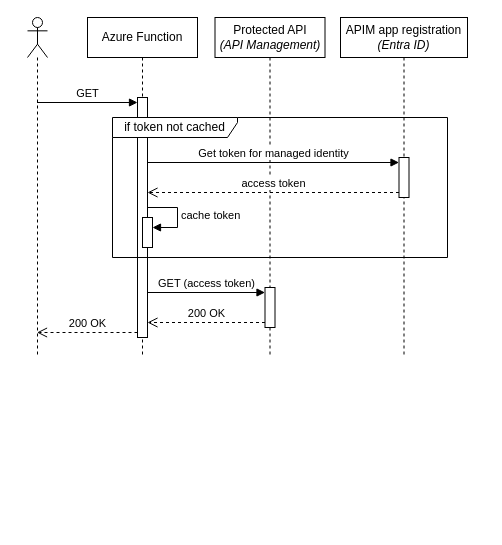
This is page "function-to-apim" (3 of 4) of images/diagrams.drawio from ronaldbosma/call-apim-with-managed-identity, a draw.io file, before an edit. Source tidied: cells renumbered, new cells numbered last; positions are measured from the earlier drawing's top-left corner, leaving out a move shared by most shapes. Both pictures are drawn from the tidied source at 100%, with x=0, y=0 at pixel (27, 17).
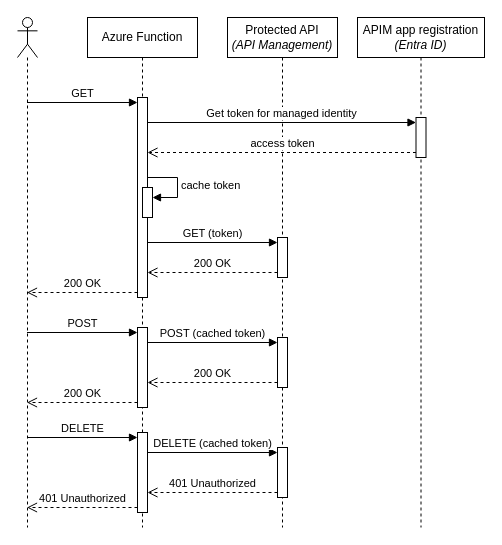
The same page after the edit.

Commit message (it also covers changes not shown here):
Add POST and DELETE to sequence diagrams

Change to the diagram source:
```diff
@@
-    <mxCell id="0" />
-    <mxCell id="1" parent="0" />
-    <mxCell id="2" style="shape=umlLifeline;perimeter=lifelinePerimeter;whiteSpace=wrap;html=1;outlineConnect=0;portConstraint=eastwest;newEdgeStyle={&quot;curved&quot;:0,&quot;rounded&quot;:0};participant=umlActor;" parent="1" vertex="1">
-      <mxGeometry width="20" height="340" as="geometry" />
-    </mxCell>
+    <mxCell id="18" />
+    <mxCell id="19" parent="18" />
+    <mxCell id="7" value="Azure Function" style="shape=umlLifeline;perimeter=lifelinePerimeter;whiteSpace=wrap;html=1;newEdgeStyle={&quot;curved&quot;:0,&quot;rounded&quot;:0};" parent="19" vertex="1">
+      <mxGeometry x="60" width="110" height="510" as="geometry" />
+    </mxCell>
+    <mxCell id="20" style="html=1;points=[[0,0,0,0,5],[0,1,0,0,-5],[1,0,0,0,5],[1,1,0,0,-5]];perimeter=orthogonalPerimeter;outlineConnect=0;targetShapes=umlLifeline;portConstraint=eastwest;newEdgeStyle={&quot;curved&quot;:0,&quot;rounded&quot;:0};" parent="7" vertex="1">
+      <mxGeometry x="50" y="80" width="10" height="200" as="geometry" />
+    </mxCell>
+    <mxCell id="21" style="html=1;points=[[0,0,0,0,5],[0,1,0,0,-5],[1,0,0,0,5],[1,1,0,0,-5]];perimeter=orthogonalPerimeter;outlineConnect=0;targetShapes=umlLifeline;portConstraint=eastwest;newEdgeStyle={&quot;curved&quot;:0,&quot;rounded&quot;:0};" parent="7" vertex="1">
+      <mxGeometry x="50" y="310" width="10" height="80" as="geometry" />
+    </mxCell>
+    <mxCell id="22" style="html=1;points=[[0,0,0,0,5],[0,1,0,0,-5],[1,0,0,0,5],[1,1,0,0,-5]];perimeter=orthogonalPerimeter;outlineConnect=0;targetShapes=umlLifeline;portConstraint=eastwest;newEdgeStyle={&quot;curved&quot;:0,&quot;rounded&quot;:0};" parent="7" vertex="1">
+      <mxGeometry x="50" y="415" width="10" height="80" as="geometry" />
+    </mxCell>
+    <mxCell id="23" style="shape=umlLifeline;perimeter=lifelinePerimeter;whiteSpace=wrap;html=1;outlineConnect=0;portConstraint=eastwest;newEdgeStyle={&quot;curved&quot;:0,&quot;rounded&quot;:0};participant=umlActor;" parent="19" vertex="1">
+      <mxGeometry x="-10" width="20" height="510" as="geometry" />
+    </mxCell>
-    <mxCell id="3" value="Protected API&lt;div&gt;&lt;i&gt;(API Management)&lt;/i&gt;&lt;/div&gt;" style="shape=umlLifeline;perimeter=lifelinePerimeter;whiteSpace=wrap;html=1;newEdgeStyle={&quot;curved&quot;:0,&quot;rounded&quot;:0};" parent="1" vertex="1">
-      <mxGeometry x="187.5" width="110" height="340" as="geometry" />
+    <mxCell id="3" value="Protected API&lt;div&gt;&lt;i&gt;(API Management)&lt;/i&gt;&lt;/div&gt;" style="shape=umlLifeline;perimeter=lifelinePerimeter;whiteSpace=wrap;html=1;newEdgeStyle={&quot;curved&quot;:0,&quot;rounded&quot;:0};" parent="19" vertex="1">
+      <mxGeometry x="200" width="110" height="510" as="geometry" />
     </mxCell>
-    <mxCell id="4" style="html=1;points=[[0,0,0,0,5],[0,1,0,0,-5],[1,0,0,0,5],[1,1,0,0,-5]];perimeter=orthogonalPerimeter;outlineConnect=0;targetShapes=umlLifeline;portConstraint=eastwest;newEdgeStyle={&quot;curved&quot;:0,&quot;rounded&quot;:0};" parent="3" vertex="1">
-      <mxGeometry x="50" y="270" width="10" height="40" as="geometry" />
-    </mxCell>
+    <mxCell id="24" style="html=1;points=[[0,0,0,0,5],[0,1,0,0,-5],[1,0,0,0,5],[1,1,0,0,-5]];perimeter=orthogonalPerimeter;outlineConnect=0;targetShapes=umlLifeline;portConstraint=eastwest;newEdgeStyle={&quot;curved&quot;:0,&quot;rounded&quot;:0};" parent="3" vertex="1">
+      <mxGeometry x="50" y="220" width="10" height="40" as="geometry" />
+    </mxCell>
+    <mxCell id="25" style="html=1;points=[[0,0,0,0,5],[0,1,0,0,-5],[1,0,0,0,5],[1,1,0,0,-5]];perimeter=orthogonalPerimeter;outlineConnect=0;targetShapes=umlLifeline;portConstraint=eastwest;newEdgeStyle={&quot;curved&quot;:0,&quot;rounded&quot;:0};" parent="3" vertex="1">
+      <mxGeometry x="50" y="320" width="10" height="50" as="geometry" />
+    </mxCell>
+    <mxCell id="26" style="html=1;points=[[0,0,0,0,5],[0,1,0,0,-5],[1,0,0,0,5],[1,1,0,0,-5]];perimeter=orthogonalPerimeter;outlineConnect=0;targetShapes=umlLifeline;portConstraint=eastwest;newEdgeStyle={&quot;curved&quot;:0,&quot;rounded&quot;:0};" parent="3" vertex="1">
+      <mxGeometry x="50" y="430" width="10" height="50" as="geometry" />
+    </mxCell>
-    <mxCell id="5" value="APIM app registration&lt;div&gt;&lt;i&gt;(Entra ID)&lt;/i&gt;&lt;/div&gt;" style="shape=umlLifeline;perimeter=lifelinePerimeter;whiteSpace=wrap;html=1;newEdgeStyle={&quot;curved&quot;:0,&quot;rounded&quot;:0};" parent="1" vertex="1">
-      <mxGeometry x="313" width="127" height="340" as="geometry" />
+    <mxCell id="5" value="APIM app registration&lt;div&gt;&lt;i&gt;(Entra ID)&lt;/i&gt;&lt;/div&gt;" style="shape=umlLifeline;perimeter=lifelinePerimeter;whiteSpace=wrap;html=1;newEdgeStyle={&quot;curved&quot;:0,&quot;rounded&quot;:0};" parent="19" vertex="1">
+      <mxGeometry x="330" width="127" height="510" as="geometry" />
     </mxCell>
-    <mxCell id="6" style="html=1;points=[[0,0,0,0,5],[0,1,0,0,-5],[1,0,0,0,5],[1,1,0,0,-5]];perimeter=orthogonalPerimeter;outlineConnect=0;targetShapes=umlLifeline;portConstraint=eastwest;newEdgeStyle={&quot;curved&quot;:0,&quot;rounded&quot;:0};" parent="5" vertex="1">
-      <mxGeometry x="58.5" y="140" width="10" height="40" as="geometry" />
-    </mxCell>
-    <mxCell id="7" value="Azure Function" style="shape=umlLifeline;perimeter=lifelinePerimeter;whiteSpace=wrap;html=1;newEdgeStyle={&quot;curved&quot;:0,&quot;rounded&quot;:0};" parent="1" vertex="1">
-      <mxGeometry x="60" width="110" height="340" as="geometry" />
-    </mxCell>
-    <mxCell id="8" style="html=1;points=[[0,0,0,0,5],[0,1,0,0,-5],[1,0,0,0,5],[1,1,0,0,-5]];perimeter=orthogonalPerimeter;outlineConnect=0;targetShapes=umlLifeline;portConstraint=eastwest;newEdgeStyle={&quot;curved&quot;:0,&quot;rounded&quot;:0};" parent="7" vertex="1">
-      <mxGeometry x="50" y="80" width="10" height="240" as="geometry" />
-    </mxCell>
+    <mxCell id="27" style="html=1;points=[[0,0,0,0,5],[0,1,0,0,-5],[1,0,0,0,5],[1,1,0,0,-5]];perimeter=orthogonalPerimeter;outlineConnect=0;targetShapes=umlLifeline;portConstraint=eastwest;newEdgeStyle={&quot;curved&quot;:0,&quot;rounded&quot;:0};" parent="5" vertex="1">
+      <mxGeometry x="58.5" y="100" width="10" height="40" as="geometry" />
+    </mxCell>
-    <mxCell id="9" value="GET" style="html=1;verticalAlign=bottom;endArrow=block;curved=0;rounded=0;entryX=0;entryY=0;entryDx=0;entryDy=5;" parent="1" edge="1" source="2" target="8">
+    <mxCell id="9" value="GET" style="html=1;verticalAlign=bottom;endArrow=block;curved=0;rounded=0;entryX=0;entryY=0;entryDx=0;entryDy=5;" parent="19" edge="1" source="23" target="20">
       <mxGeometry relative="1" as="geometry" />
     </mxCell>
-    <mxCell id="10" value="200 OK" style="html=1;verticalAlign=bottom;endArrow=open;dashed=1;endSize=8;curved=0;rounded=0;exitX=0;exitY=1;exitDx=0;exitDy=-5;" parent="1" edge="1" source="8" target="2">
-      <mxGeometry relative="1" as="geometry" />
-    </mxCell>
-    <mxCell id="11" value="200 OK" style="html=1;verticalAlign=bottom;endArrow=open;dashed=1;endSize=8;curved=0;rounded=0;exitX=0;exitY=1;exitDx=0;exitDy=-5;" parent="1" edge="1" source="4" target="8">
-      <mxGeometry relative="1" as="geometry" />
-    </mxCell>
-    <mxCell id="12" value="GET (access token)" style="html=1;verticalAlign=bottom;endArrow=block;curved=0;rounded=0;entryX=0;entryY=0;entryDx=0;entryDy=5;" parent="1" edge="1" source="8" target="4">
-      <mxGeometry relative="1" as="geometry" />
-    </mxCell>
-    <mxCell id="13" value="if token not cached" style="shape=umlFrame;whiteSpace=wrap;html=1;width=125;height=20;" parent="1" vertex="1">
-      <mxGeometry x="85" y="100" width="335" height="140" as="geometry" />
-    </mxCell>
+    <mxCell id="28" value="200 OK" style="html=1;verticalAlign=bottom;endArrow=open;dashed=1;endSize=8;curved=0;rounded=0;exitX=0;exitY=1;exitDx=0;exitDy=-5;" parent="19" edge="1" source="20" target="23">
+      <mxGeometry relative="1" as="geometry" />
+    </mxCell>
+    <mxCell id="29" value="200 OK" style="html=1;verticalAlign=bottom;endArrow=open;dashed=1;endSize=8;curved=0;rounded=0;exitX=0;exitY=1;exitDx=0;exitDy=-5;" parent="19" edge="1" source="24" target="20">
+      <mxGeometry relative="1" as="geometry" />
+    </mxCell>
+    <mxCell id="30" value="GET (token)" style="html=1;verticalAlign=bottom;endArrow=block;curved=0;rounded=0;entryX=0;entryY=0;entryDx=0;entryDy=5;" parent="19" edge="1" source="20" target="24">
+      <mxGeometry relative="1" as="geometry" />
+    </mxCell>
-    <mxCell id="14" value="Get token for managed identity" style="html=1;verticalAlign=bottom;endArrow=block;curved=0;rounded=0;entryX=0;entryY=0;entryDx=0;entryDy=5;" parent="1" edge="1" source="8" target="6">
+    <mxCell id="14" value="Get token for managed identity" style="html=1;verticalAlign=bottom;endArrow=block;curved=0;rounded=0;entryX=0;entryY=0;entryDx=0;entryDy=5;" parent="19" edge="1" source="20" target="27">
       <mxGeometry relative="1" as="geometry" />
     </mxCell>
-    <mxCell id="15" value="access token" style="html=1;verticalAlign=bottom;endArrow=open;dashed=1;endSize=8;curved=0;rounded=0;exitX=0;exitY=1;exitDx=0;exitDy=-5;" parent="1" edge="1" source="6" target="8">
+    <mxCell id="15" value="access token" style="html=1;verticalAlign=bottom;endArrow=open;dashed=1;endSize=8;curved=0;rounded=0;exitX=0;exitY=1;exitDx=0;exitDy=-5;" parent="19" edge="1" source="27" target="20">
       <mxGeometry relative="1" as="geometry" />
     </mxCell>
-    <mxCell id="16" style="html=1;points=[[0,0,0,0,5],[0,1,0,0,-5],[1,0,0,0,5],[1,1,0,0,-5]];perimeter=orthogonalPerimeter;outlineConnect=0;targetShapes=umlLifeline;portConstraint=eastwest;newEdgeStyle={&quot;curved&quot;:0,&quot;rounded&quot;:0};" parent="1" vertex="1">
-      <mxGeometry x="115" y="200" width="10" height="30" as="geometry" />
-    </mxCell>
+    <mxCell id="31" style="html=1;points=[[0,0,0,0,5],[0,1,0,0,-5],[1,0,0,0,5],[1,1,0,0,-5]];perimeter=orthogonalPerimeter;outlineConnect=0;targetShapes=umlLifeline;portConstraint=eastwest;newEdgeStyle={&quot;curved&quot;:0,&quot;rounded&quot;:0};" parent="19" vertex="1">
+      <mxGeometry x="115" y="170" width="10" height="30" as="geometry" />
+    </mxCell>
-    <mxCell id="17" value="cache token" style="html=1;align=left;spacingLeft=2;endArrow=block;rounded=0;edgeStyle=orthogonalEdgeStyle;curved=0;rounded=0;" parent="1" edge="1" target="16">
+    <mxCell id="17" value="cache token" style="html=1;align=left;spacingLeft=2;endArrow=block;rounded=0;edgeStyle=orthogonalEdgeStyle;curved=0;rounded=0;" parent="19" edge="1" target="31">
       <mxGeometry relative="1" as="geometry">
-        <mxPoint x="120" y="190" as="sourcePoint" />
+        <mxPoint x="120" y="160" as="sourcePoint" />
         <Array as="points">
-          <mxPoint x="120" y="190" />
-          <mxPoint x="150" y="190" />
-          <mxPoint x="150" y="210" />
+          <mxPoint x="120" y="160" />
+          <mxPoint x="150" y="160" />
+          <mxPoint x="150" y="180" />
         </Array>
       </mxGeometry>
     </mxCell>
+    <mxCell id="32" value="POST" style="html=1;verticalAlign=bottom;endArrow=block;curved=0;rounded=0;entryX=0;entryY=0;entryDx=0;entryDy=5;" parent="19" edge="1" source="23" target="21">
+      <mxGeometry relative="1" as="geometry" />
+    </mxCell>
+    <mxCell id="33" value="200 OK" style="html=1;verticalAlign=bottom;endArrow=open;dashed=1;endSize=8;curved=0;rounded=0;exitX=0;exitY=1;exitDx=0;exitDy=-5;" parent="19" edge="1" source="21" target="23">
+      <mxGeometry relative="1" as="geometry" />
+    </mxCell>
+    <mxCell id="34" value="200 OK" style="html=1;verticalAlign=bottom;endArrow=open;dashed=1;endSize=8;curved=0;rounded=0;exitX=0;exitY=1;exitDx=0;exitDy=-5;" parent="19" edge="1" source="25" target="21">
+      <mxGeometry relative="1" as="geometry" />
+    </mxCell>
+    <mxCell id="35" value="POST (cached token)" style="html=1;verticalAlign=bottom;endArrow=block;curved=0;rounded=0;entryX=0;entryY=0;entryDx=0;entryDy=5;" parent="19" edge="1" source="21" target="25">
+      <mxGeometry relative="1" as="geometry" />
+    </mxCell>
+    <mxCell id="36" value="401 Unauthorized" style="html=1;verticalAlign=bottom;endArrow=open;dashed=1;endSize=8;curved=0;rounded=0;exitX=0;exitY=1;exitDx=0;exitDy=-5;" parent="19" edge="1" source="26" target="22">
+      <mxGeometry relative="1" as="geometry" />
+    </mxCell>
+    <mxCell id="37" value="DELETE (cached token)" style="html=1;verticalAlign=bottom;endArrow=block;curved=0;rounded=0;entryX=0;entryY=0;entryDx=0;entryDy=5;" parent="19" edge="1" source="22" target="26">
+      <mxGeometry relative="1" as="geometry" />
+    </mxCell>
+    <mxCell id="38" value="DELETE" style="html=1;verticalAlign=bottom;endArrow=block;curved=0;rounded=0;entryX=0;entryY=0;entryDx=0;entryDy=5;" parent="19" edge="1" source="23" target="22">
+      <mxGeometry relative="1" as="geometry" />
+    </mxCell>
+    <mxCell id="39" value="401 Unauthorized" style="html=1;verticalAlign=bottom;endArrow=open;dashed=1;endSize=8;curved=0;rounded=0;exitX=0;exitY=1;exitDx=0;exitDy=-5;" parent="19" edge="1" source="22" target="23">
+      <mxGeometry relative="1" as="geometry" />
+    </mxCell>
```
